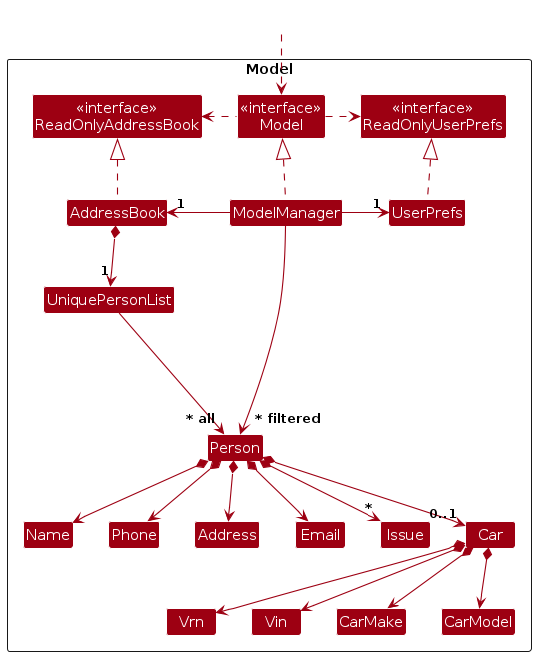
Earlier version of the PlantUML export diagrams/ModelClassDiagram.png (AY2425S1-CS2103T-T14-3/tp). Its source is kept beside it as diagrams/ModelClassDiagram.puml. The source it was exported from:
```plantuml
@startuml
!include style.puml
skinparam arrowThickness 1.1
skinparam arrowColor MODEL_COLOR
skinparam classBackgroundColor MODEL_COLOR

Package Model as ModelPackage <<Rectangle>>{
Class "<<interface>>\nReadOnlyAddressBook" as ReadOnlyAddressBook
Class "<<interface>>\nReadOnlyUserPrefs" as ReadOnlyUserPrefs
Class "<<interface>>\nModel" as Model
Class AddressBook
Class ModelManager
Class UserPrefs

Class UniquePersonList
Class Person
Class Address
Class Email
Class Name
Class Phone
Class Issue
Class Car
Class Vrn
Class Vin
Class CarMake
Class CarModel

Class I #FFFFFF
}

Class HiddenOutside #FFFFFF
HiddenOutside ..> Model

AddressBook .up.|> ReadOnlyAddressBook

ModelManager .up.|> Model
Model .right.> ReadOnlyUserPrefs
Model .left.> ReadOnlyAddressBook
ModelManager -left-> "1" AddressBook
ModelManager -right-> "1" UserPrefs
UserPrefs .up.|> ReadOnlyUserPrefs

AddressBook *--> "1" UniquePersonList
UniquePersonList --> "~* all" Person
Person *--> "0..1" Car
Person *--> Name
Person *--> Phone
Person *--> Email
Person *--> Address
Person *--> "*" Issue

Car *--> Vrn
Car *--> Vin
Car *--> CarMake
Car *--> CarModel

Person -[hidden]up--> I
UniquePersonList -[hidden]right-> I

Name -[hidden]right-> Phone
Phone -[hidden]right-> Address
Address -[hidden]right-> Email

ModelManager --> "~* filtered" Person
@enduml
```
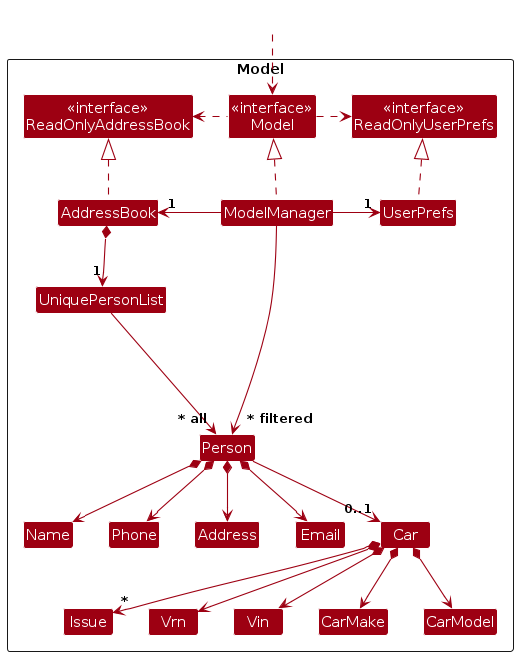
After the change.

What changed in the source:
```diff
@@ -42,17 +42,17 @@
 
 AddressBook *--> "1" UniquePersonList
 UniquePersonList --> "~* all" Person
-Person *--> "0..1" Car
+Person --> "0..1" Car
 Person *--> Name
 Person *--> Phone
 Person *--> Email
 Person *--> Address
-Person *--> "*" Issue
 
 Car *--> Vrn
 Car *--> Vin
 Car *--> CarMake
 Car *--> CarModel
+Car *--> "*" Issue
 
 Person -[hidden]up--> I
 UniquePersonList -[hidden]right-> I
```
